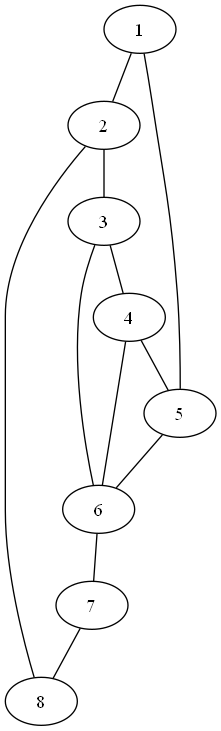
Before: src/graph.dot.png, a diagram exported from Graphviz (RenatBogdanov/Struct2025_Lab_2). Its source is kept beside it as src/graph.dot.
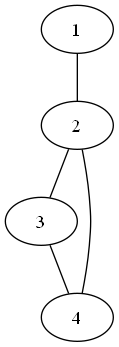
After the commit.

What changed in the source:
```diff
@@ -1,14 +1,7 @@
 digraph G {
 edge [dir=none];
     1 -> 2;
-    1 -> 5;
     2 -> 3;
-    2 -> 8;
+    2 -> 4;
     3 -> 4;
-    3 -> 6;
-    4 -> 5;
-    4 -> 6;
-    5 -> 6;
-    6 -> 7;
-    7 -> 8;
 }
```
